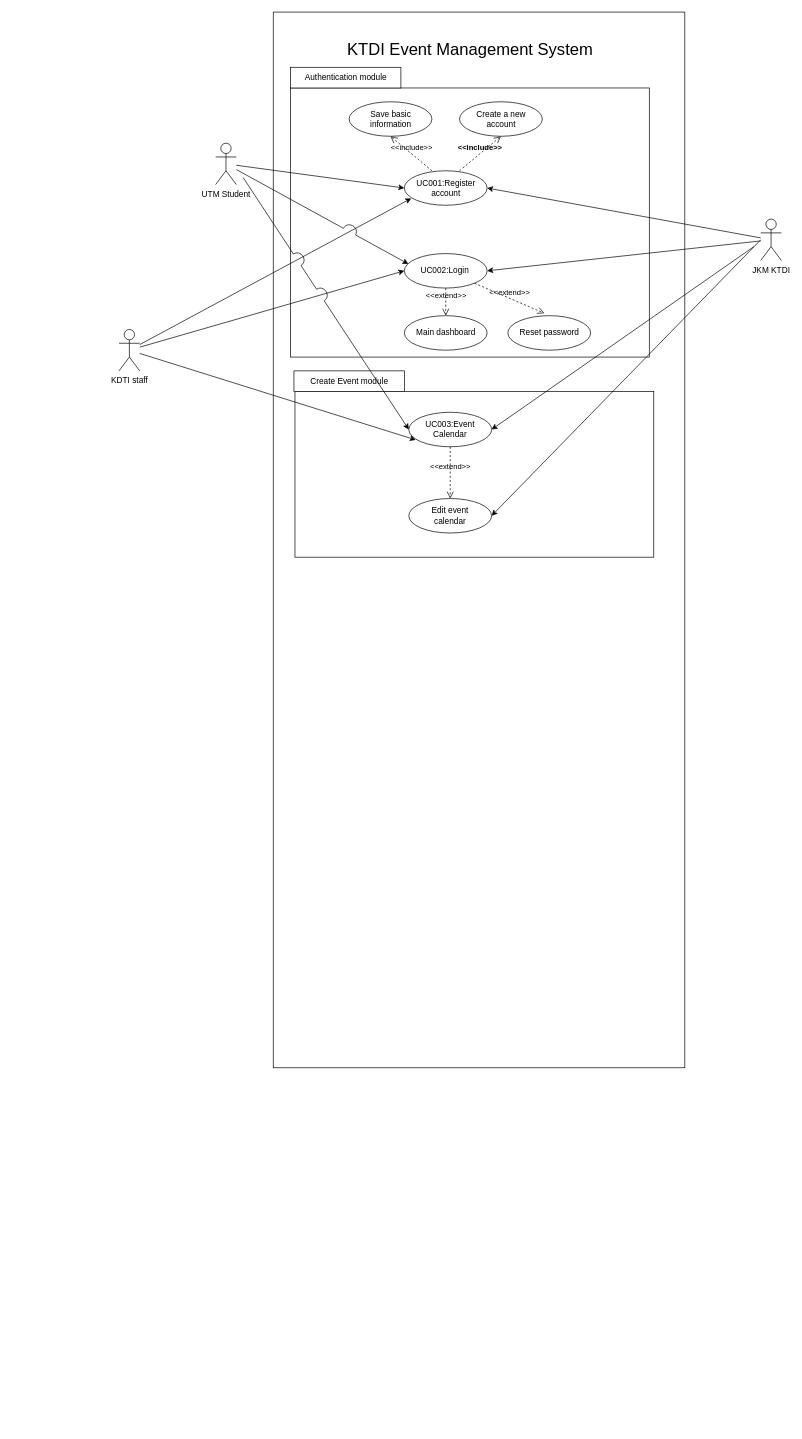
Earlier version of the draw.io diagram page "Overall use case diagram" (13 of 14) of project/drawio/Curiousity/UML.drawio (drshahizan/software-engineering). Source tidied: cells renumbered, new cells numbered last; positions are measured from the earlier drawing's top-left corner, leaving out a move shared by most shapes. Both pictures are drawn from the tidied source at 69%, with x=0, y=0 at pixel (119, 12).
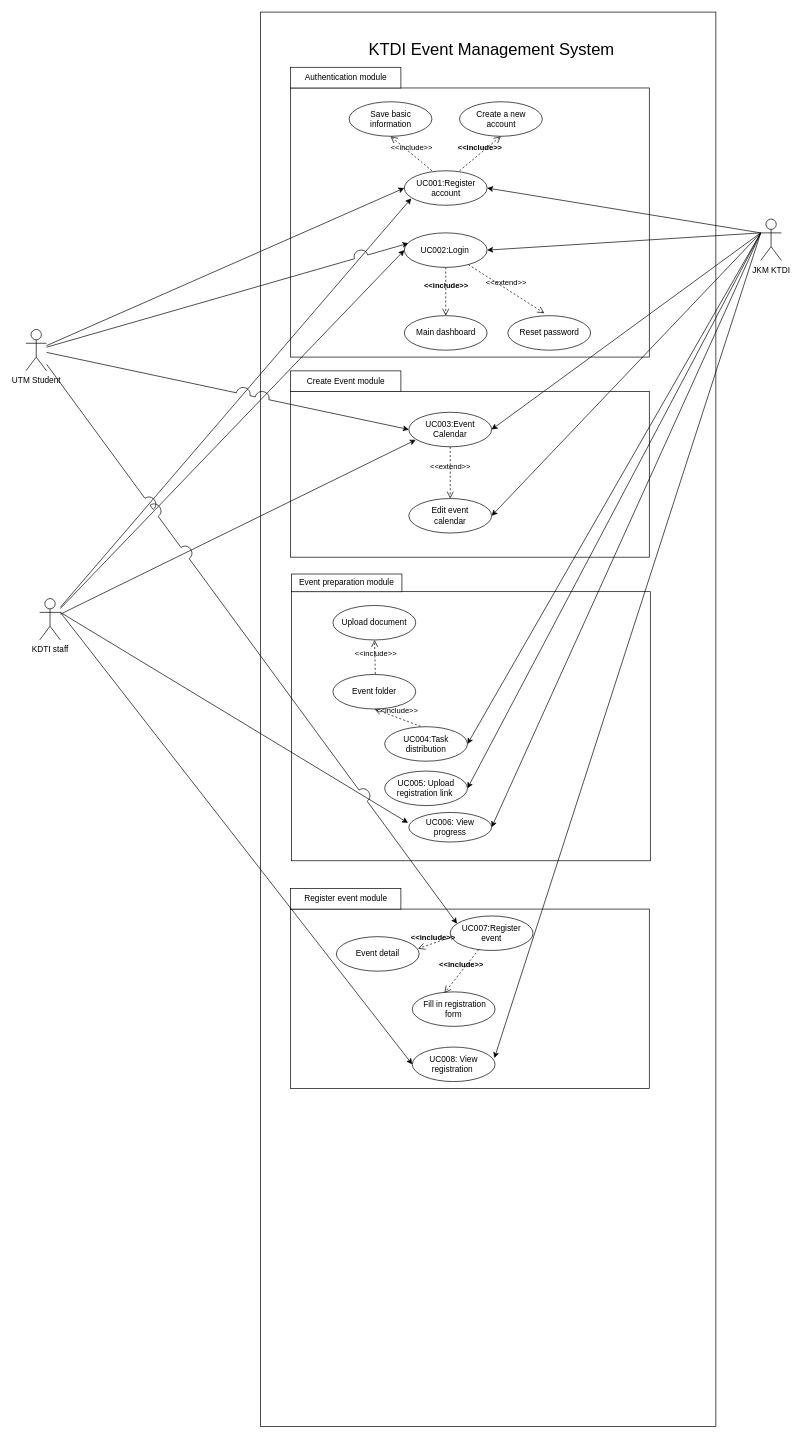
After the change.

The change refers to these unchanged cells:
```xml
<mxCell id="7" style="ellipse;whiteSpace=wrap;html=1;" parent="6" vertex="1">
  <mxGeometry width="120" height="50" as="geometry" />
</mxCell>
<mxCell id="11" value="JKM KTDI" style="shape=umlActor;verticalLabelPosition=bottom;verticalAlign=top;html=1;outlineConnect=0;" parent="1" vertex="1">
  <mxGeometry x="930" y="300" width="30" height="60" as="geometry" />
</mxCell>
<mxCell id="23" style="ellipse;whiteSpace=wrap;html=1;" parent="22" vertex="1">
  <mxGeometry width="120" height="50" as="geometry" />
</mxCell>
<mxCell id="29" style="group;" parent="1" vertex="1">
  <mxGeometry x="413.5" y="440" width="120" height="50" as="geometry" />
</mxCell>
<mxCell id="30" style="ellipse;whiteSpace=wrap;html=1;" parent="29" vertex="1">
  <mxGeometry width="120" height="50" as="geometry" />
</mxCell>
<mxCell id="42" style="ellipse;whiteSpace=wrap;html=1;" parent="41" vertex="1">
  <mxGeometry width="120" height="50" as="geometry" />
</mxCell>
<mxCell id="46" style="ellipse;whiteSpace=wrap;html=1;" parent="45" vertex="1">
  <mxGeometry width="120" height="50" as="geometry" />
</mxCell>
```

What changed in the source:
```diff
@@
     <mxCell id="2" style="rounded=0;whiteSpace=wrap;html=1;" parent="1" vertex="1">
-      <mxGeometry x="223.5" width="596.5" height="1530" as="geometry" />
+      <mxGeometry x="205" width="660" height="2050" as="geometry" />
     </mxCell>
     <mxCell id="3" value="&lt;font style=&quot;font-size: 24px;&quot;&gt;KTDI Event Management System&lt;/font&gt;" style="text;strokeColor=none;align=center;fillColor=none;html=1;verticalAlign=middle;whiteSpace=wrap;rounded=0;" parent="1" vertex="1">
-      <mxGeometry x="313.5" y="40" width="390" height="30" as="geometry" />
+      <mxGeometry x="345" y="40" width="390" height="30" as="geometry" />
     </mxCell>
     <mxCell id="4" value="UTM Student" style="shape=umlActor;verticalLabelPosition=bottom;verticalAlign=top;html=1;outlineConnect=0;" parent="1" vertex="1">
-      <mxGeometry x="140" y="190" width="30" height="60" as="geometry" />
+      <mxGeometry x="-135" y="460" width="30" height="60" as="geometry" />
     </mxCell>
@@
     <mxCell id="6" style="group;" parent="1" vertex="1">
-      <mxGeometry x="413.5" y="350" width="120" height="50" as="geometry" />
+      <mxGeometry x="413.5" y="320" width="120" height="50" as="geometry" />
     </mxCell>
@@
-    <mxCell id="9" style="edgeStyle=none;html=1;entryX=1;entryY=0.5;entryDx=0;entryDy=0;" parent="1" edge="1" source="11" target="23">
-      <mxGeometry relative="1" as="geometry" />
+    <mxCell id="9" style="edgeStyle=none;html=1;entryX=1;entryY=0.5;entryDx=0;entryDy=0;" parent="1" edge="1" target="23">
+      <mxGeometry relative="1" as="geometry">
+        <mxPoint x="930" y="320" as="sourcePoint" />
+      </mxGeometry>
     </mxCell>
-    <mxCell id="10" style="edgeStyle=none;html=1;entryX=1;entryY=0.5;entryDx=0;entryDy=0;" parent="1" edge="1" source="11" target="7">
-      <mxGeometry relative="1" as="geometry" />
+    <mxCell id="10" style="edgeStyle=none;html=1;entryX=1;entryY=0.5;entryDx=0;entryDy=0;" parent="1" edge="1" target="7">
+      <mxGeometry relative="1" as="geometry">
+        <mxPoint x="930" y="320" as="sourcePoint" />
+      </mxGeometry>
     </mxCell>
@@
     <mxCell id="14" value="KDTI staff" style="shape=umlActor;verticalLabelPosition=bottom;verticalAlign=top;html=1;outlineConnect=0;" parent="1" vertex="1">
-      <mxGeometry y="460" width="30" height="60" as="geometry" />
+      <mxGeometry x="-115" y="850" width="30" height="60" as="geometry" />
     </mxCell>
@@
-    <mxCell id="32" value="&amp;lt;&amp;lt;extend&amp;gt;&amp;gt;" style="endArrow=open;startArrow=none;endFill=0;startFill=0;endSize=8;html=1;verticalAlign=bottom;dashed=1;labelBackgroundColor=none;exitX=0.5;exitY=1;exitDx=0;exitDy=0;" parent="1" edge="1" source="7" target="30">
-      <mxGeometry relative="1" as="geometry" />
-    </mxCell>
+    <mxCell id="50" value="&amp;lt;&amp;lt;include&amp;gt;&amp;gt;" style="endArrow=open;startArrow=none;endFill=0;startFill=0;endSize=8;html=1;verticalAlign=bottom;dashed=1;labelBackgroundColor=none;entryX=0.5;entryY=1;entryDx=0;entryDy=0;fontStyle=1;exitX=0.5;exitY=1;exitDx=0;exitDy=0;" parent="29" edge="1" source="7">
+      <mxGeometry relative="1" as="geometry">
+        <mxPoint x="60" as="targetPoint" />
+      </mxGeometry>
+    </mxCell>
@@
     <mxCell id="37" style="rounded=0;whiteSpace=wrap;html=1;" parent="1" vertex="1">
-      <mxGeometry x="255" y="550" width="520" height="240" as="geometry" />
+      <mxGeometry x="248.5" y="550" width="520" height="240" as="geometry" />
     </mxCell>
     <mxCell id="38" style="edgeStyle=none;html=1;entryX=1;entryY=0.5;entryDx=0;entryDy=0;" parent="1" edge="1" target="46">
       <mxGeometry relative="1" as="geometry">
-        <mxPoint x="930" y="330" as="sourcePoint" />
+        <mxPoint x="930" y="320" as="sourcePoint" />
       </mxGeometry>
     </mxCell>
     <mxCell id="39" style="edgeStyle=none;html=1;entryX=1;entryY=0.5;entryDx=0;entryDy=0;" parent="1" edge="1" target="42">
       <mxGeometry relative="1" as="geometry">
-        <mxPoint x="920" y="340" as="sourcePoint" />
+        <mxPoint x="930" y="320" as="sourcePoint" />
       </mxGeometry>
     </mxCell>
     <mxCell id="40" value="Create Event module" style="whiteSpace=wrap;html=1;" parent="1" vertex="1">
-      <mxGeometry x="253.5" y="520" width="160" height="30" as="geometry" />
+      <mxGeometry x="248.5" y="520" width="160" height="30" as="geometry" />
     </mxCell>
@@
-    <mxCell id="44" style="edgeStyle=none;html=1;entryX=0;entryY=0.5;entryDx=0;entryDy=0;jumpStyle=arc;jumpSize=20;" parent="1" edge="1" target="42">
-      <mxGeometry relative="1" as="geometry">
-        <mxPoint x="180" y="240" as="sourcePoint" />
-      </mxGeometry>
+    <mxCell id="44" style="edgeStyle=none;html=1;entryX=0;entryY=0.5;entryDx=0;entryDy=0;jumpStyle=arc;jumpSize=20;" parent="1" edge="1" source="4" target="42">
+      <mxGeometry relative="1" as="geometry" />
     </mxCell>
@@
+    <mxCell id="51" style="group;" parent="1" vertex="1">
+      <mxGeometry x="250" y="760" width="595" height="590" as="geometry" />
+    </mxCell>
+    <mxCell id="52" style="rounded=0;whiteSpace=wrap;html=1;" parent="51" vertex="1">
+      <mxGeometry y="80" width="520" height="390" as="geometry" />
+    </mxCell>
+    <mxCell id="53" style="group;" parent="51" vertex="1">
+      <mxGeometry x="135" y="275.7" width="120" height="50" as="geometry" />
+    </mxCell>
+    <mxCell id="54" style="ellipse;whiteSpace=wrap;html=1;" parent="53" vertex="1">
+      <mxGeometry width="120" height="50" as="geometry" />
+    </mxCell>
+    <mxCell id="55" value="UC004:Task distribution" style="text;strokeColor=none;align=center;fillColor=none;html=1;verticalAlign=middle;whiteSpace=wrap;rounded=0;" parent="53" vertex="1">
+      <mxGeometry x="10" y="10" width="100" height="30" as="geometry" />
+    </mxCell>
+    <mxCell id="56" value="&amp;lt;&amp;lt;include&amp;gt;&amp;gt;" style="endArrow=open;startArrow=none;endFill=0;startFill=0;endSize=8;html=1;verticalAlign=bottom;dashed=1;labelBackgroundColor=none;entryX=0.5;entryY=1;entryDx=0;entryDy=0;exitX=0.434;exitY=-0.012;exitDx=0;exitDy=0;exitPerimeter=0;" parent="51" edge="1" source="54" target="61">
+      <mxGeometry relative="1" as="geometry" />
+    </mxCell>
+    <mxCell id="57" style="group;" parent="51" vertex="1">
+      <mxGeometry x="125" y="45.7" width="430" height="524.3" as="geometry" />
+    </mxCell>
+    <mxCell id="58" value="Event preparation module" style="whiteSpace=wrap;html=1;" parent="57" vertex="1">
+      <mxGeometry x="-125" y="8.7" width="160" height="25.7" as="geometry" />
+    </mxCell>
+    <mxCell id="59" style="group;" parent="51" vertex="1">
+      <mxGeometry x="275" y="200" width="120" height="50" as="geometry" />
+    </mxCell>
+    <mxCell id="60" style="group;" parent="51" vertex="1">
+      <mxGeometry x="60" y="200" width="120" height="50" as="geometry" />
+    </mxCell>
+    <mxCell id="61" style="ellipse;whiteSpace=wrap;html=1;" parent="60" vertex="1">
+      <mxGeometry width="120" height="50" as="geometry" />
+    </mxCell>
+    <mxCell id="62" value="Event folder" style="text;strokeColor=none;align=center;fillColor=none;html=1;verticalAlign=middle;whiteSpace=wrap;rounded=0;" parent="60" vertex="1">
+      <mxGeometry x="10" y="10" width="100" height="30" as="geometry" />
+    </mxCell>
+    <mxCell id="63" style="group;" parent="51" vertex="1">
+      <mxGeometry x="60" y="100" width="120" height="50" as="geometry" />
+    </mxCell>
+    <mxCell id="64" style="ellipse;whiteSpace=wrap;html=1;" parent="63" vertex="1">
+      <mxGeometry width="120" height="50" as="geometry" />
+    </mxCell>
+    <mxCell id="65" value="Upload document" style="text;strokeColor=none;align=center;fillColor=none;html=1;verticalAlign=middle;whiteSpace=wrap;rounded=0;" parent="63" vertex="1">
+      <mxGeometry x="10" y="10" width="100" height="30" as="geometry" />
+    </mxCell>
+    <mxCell id="66" value="&amp;lt;&amp;lt;include&amp;gt;&amp;gt;" style="endArrow=open;startArrow=none;endFill=0;startFill=0;endSize=8;html=1;verticalAlign=bottom;dashed=1;labelBackgroundColor=none;exitX=0.512;exitY=-0.015;exitDx=0;exitDy=0;exitPerimeter=0;" parent="51" edge="1" source="61" target="64">
+      <mxGeometry x="-0.19" y="-1" relative="1" as="geometry" />
+    </mxCell>
+    <mxCell id="67" style="group;" parent="51" vertex="1">
+      <mxGeometry x="135" y="340" width="120" height="50" as="geometry" />
+    </mxCell>
+    <mxCell id="68" style="ellipse;whiteSpace=wrap;html=1;" parent="67" vertex="1">
+      <mxGeometry width="120" height="50" as="geometry" />
+    </mxCell>
+    <mxCell id="69" value="UC005: Upload registration link&amp;nbsp;" style="text;strokeColor=none;align=center;fillColor=none;html=1;verticalAlign=middle;whiteSpace=wrap;rounded=0;" parent="67" vertex="1">
+      <mxGeometry x="10" y="10" width="100" height="30" as="geometry" />
+    </mxCell>
+    <mxCell id="70" style="group;" parent="51" vertex="1">
+      <mxGeometry x="170" y="400" width="120" height="42.8" as="geometry" />
+    </mxCell>
+    <mxCell id="71" style="ellipse;whiteSpace=wrap;html=1;" parent="70" vertex="1">
+      <mxGeometry width="120" height="42.8" as="geometry" />
+    </mxCell>
+    <mxCell id="72" value="UC006: View progress" style="text;strokeColor=none;align=center;fillColor=none;html=1;verticalAlign=middle;whiteSpace=wrap;rounded=0;" parent="70" vertex="1">
+      <mxGeometry x="10" y="8.6" width="100" height="25.7" as="geometry" />
+    </mxCell>
+    <mxCell id="73" style="edgeStyle=none;html=1;entryX=1;entryY=0.5;entryDx=0;entryDy=0;exitX=0;exitY=0.3333333333333333;exitDx=0;exitDy=0;exitPerimeter=0;" parent="1" edge="1" source="11" target="68">
+      <mxGeometry relative="1" as="geometry" />
+    </mxCell>
+    <mxCell id="74" style="edgeStyle=none;jumpStyle=arc;jumpSize=20;html=1;entryX=1;entryY=0.5;entryDx=0;entryDy=0;" parent="1" edge="1" target="71">
+      <mxGeometry relative="1" as="geometry">
+        <mxPoint x="930" y="320" as="sourcePoint" />
+      </mxGeometry>
+    </mxCell>
+    <mxCell id="75" style="edgeStyle=none;html=1;entryX=1;entryY=0.5;entryDx=0;entryDy=0;exitX=0;exitY=0.3333333333333333;exitDx=0;exitDy=0;exitPerimeter=0;" parent="1" edge="1" source="11" target="54">
+      <mxGeometry relative="1" as="geometry" />
+    </mxCell>
+    <mxCell id="76" style="edgeStyle=none;html=1;entryX=-0.01;entryY=0.351;entryDx=0;entryDy=0;entryPerimeter=0;exitX=1;exitY=0.3333333333333333;exitDx=0;exitDy=0;exitPerimeter=0;" parent="1" edge="1" source="14" target="71">
+      <mxGeometry relative="1" as="geometry" />
+    </mxCell>
+    <mxCell id="77" style="rounded=0;whiteSpace=wrap;html=1;" parent="1" vertex="1">
+      <mxGeometry x="248.5" y="1300" width="520" height="260" as="geometry" />
+    </mxCell>
+    <mxCell id="78" style="group;" parent="1" vertex="1">
+      <mxGeometry x="425" y="1500" width="120" height="50" as="geometry" />
+    </mxCell>
+    <mxCell id="79" style="ellipse;whiteSpace=wrap;html=1;" parent="78" vertex="1">
+      <mxGeometry width="120" height="50" as="geometry" />
+    </mxCell>
+    <mxCell id="80" value="UC008: View registration&amp;nbsp;" style="text;strokeColor=none;align=center;fillColor=none;html=1;verticalAlign=middle;whiteSpace=wrap;rounded=0;" parent="78" vertex="1">
+      <mxGeometry x="10" y="10" width="100" height="30" as="geometry" />
+    </mxCell>
+    <mxCell id="81" value="Register event module" style="whiteSpace=wrap;html=1;" parent="1" vertex="1">
+      <mxGeometry x="248.5" y="1270" width="160" height="30" as="geometry" />
+    </mxCell>
+    <mxCell id="82" style="group;" parent="1" vertex="1">
+      <mxGeometry x="425" y="1420" width="120" height="50" as="geometry" />
+    </mxCell>
+    <mxCell id="83" style="ellipse;whiteSpace=wrap;html=1;" parent="82" vertex="1">
+      <mxGeometry width="120" height="50" as="geometry" />
+    </mxCell>
+    <mxCell id="84" value="&amp;nbsp;Fill in registration form" style="text;strokeColor=none;align=center;fillColor=none;html=1;verticalAlign=middle;whiteSpace=wrap;rounded=0;" parent="82" vertex="1">
+      <mxGeometry x="10" y="10" width="100" height="30" as="geometry" />
+    </mxCell>
+    <mxCell id="85" style="group;" parent="1" vertex="1">
+      <mxGeometry x="315" y="1340" width="120" height="50" as="geometry" />
+    </mxCell>
+    <mxCell id="86" style="ellipse;whiteSpace=wrap;html=1;" parent="85" vertex="1">
+      <mxGeometry width="120" height="50" as="geometry" />
+    </mxCell>
+    <mxCell id="87" value="Event detail" style="text;strokeColor=none;align=center;fillColor=none;html=1;verticalAlign=middle;whiteSpace=wrap;rounded=0;" parent="85" vertex="1">
+      <mxGeometry x="10" y="10" width="100" height="30" as="geometry" />
+    </mxCell>
+    <mxCell id="88" style="group;" parent="1" vertex="1">
+      <mxGeometry x="480" y="1310" width="120" height="50" as="geometry" />
+    </mxCell>
+    <mxCell id="89" style="ellipse;whiteSpace=wrap;html=1;" parent="88" vertex="1">
+      <mxGeometry width="120" height="50" as="geometry" />
+    </mxCell>
+    <mxCell id="90" value="UC007:Register event" style="text;strokeColor=none;align=center;fillColor=none;html=1;verticalAlign=middle;whiteSpace=wrap;rounded=0;" parent="88" vertex="1">
+      <mxGeometry x="10" y="10" width="100" height="30" as="geometry" />
+    </mxCell>
+    <mxCell id="91" value="&amp;lt;&amp;lt;include&amp;gt;&amp;gt;" style="endArrow=open;startArrow=none;endFill=0;startFill=0;endSize=8;html=1;verticalAlign=bottom;dashed=1;labelBackgroundColor=none;entryX=0.387;entryY=0.033;entryDx=0;entryDy=0;fontStyle=1;entryPerimeter=0;" parent="1" edge="1" source="89" target="83">
+      <mxGeometry relative="1" as="geometry" />
+    </mxCell>
+    <mxCell id="92" style="edgeStyle=none;html=1;entryX=0.082;entryY=0.223;entryDx=0;entryDy=0;jumpStyle=arc;jumpSize=20;entryPerimeter=0;" parent="1" edge="1" source="4" target="89">
+      <mxGeometry relative="1" as="geometry" />
+    </mxCell>
+    <mxCell id="93" style="edgeStyle=none;jumpStyle=arc;jumpSize=20;html=1;entryX=0.991;entryY=0.322;entryDx=0;entryDy=0;entryPerimeter=0;exitX=0;exitY=0.3333333333333333;exitDx=0;exitDy=0;exitPerimeter=0;" parent="1" edge="1" source="11" target="79">
+      <mxGeometry relative="1" as="geometry" />
+    </mxCell>
+    <mxCell id="94" style="edgeStyle=none;jumpStyle=arc;jumpSize=20;html=1;entryX=0;entryY=0.5;entryDx=0;entryDy=0;exitX=1;exitY=0.3333333333333333;exitDx=0;exitDy=0;exitPerimeter=0;" parent="1" edge="1" source="14" target="79">
+      <mxGeometry relative="1" as="geometry" />
+    </mxCell>
+    <mxCell id="95" value="&amp;lt;&amp;lt;include&amp;gt;&amp;gt;" style="endArrow=open;startArrow=none;endFill=0;startFill=0;endSize=8;html=1;verticalAlign=bottom;dashed=1;labelBackgroundColor=none;entryX=0.986;entryY=0.347;entryDx=0;entryDy=0;fontStyle=1;exitX=0.016;exitY=0.605;exitDx=0;exitDy=0;exitPerimeter=0;entryPerimeter=0;" parent="1" edge="1" source="89" target="86">
+      <mxGeometry x="0.11" relative="1" as="geometry" />
+    </mxCell>
```
